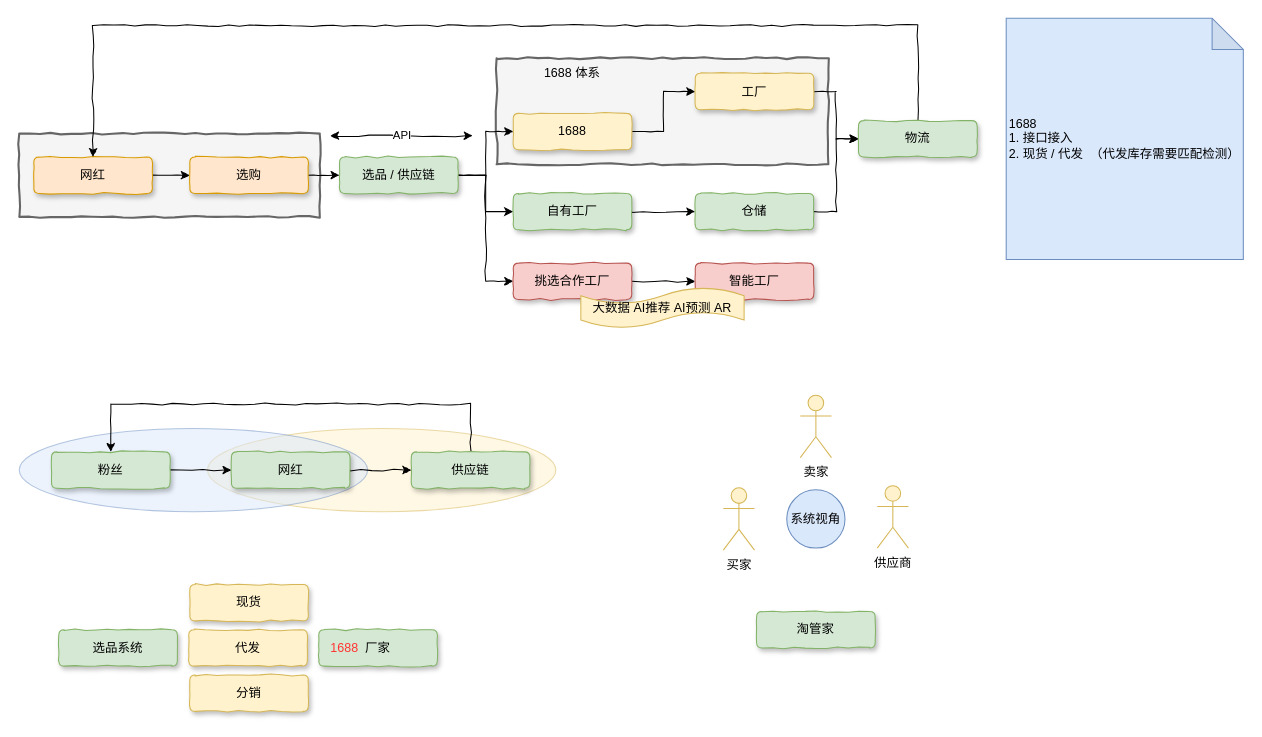
chenyz/EGOTableViewPullRefresh keeps this draw.io diagram as 洋葱结构梳理.drawio. Above is the earlier version. Source tidied: cells renumbered, new cells numbered last; positions are measured from the earlier drawing's top-left corner, leaving out a move shared by most shapes. Both pictures are drawn from the tidied source at 104%, with x=0, y=0 at pixel (19, 18).
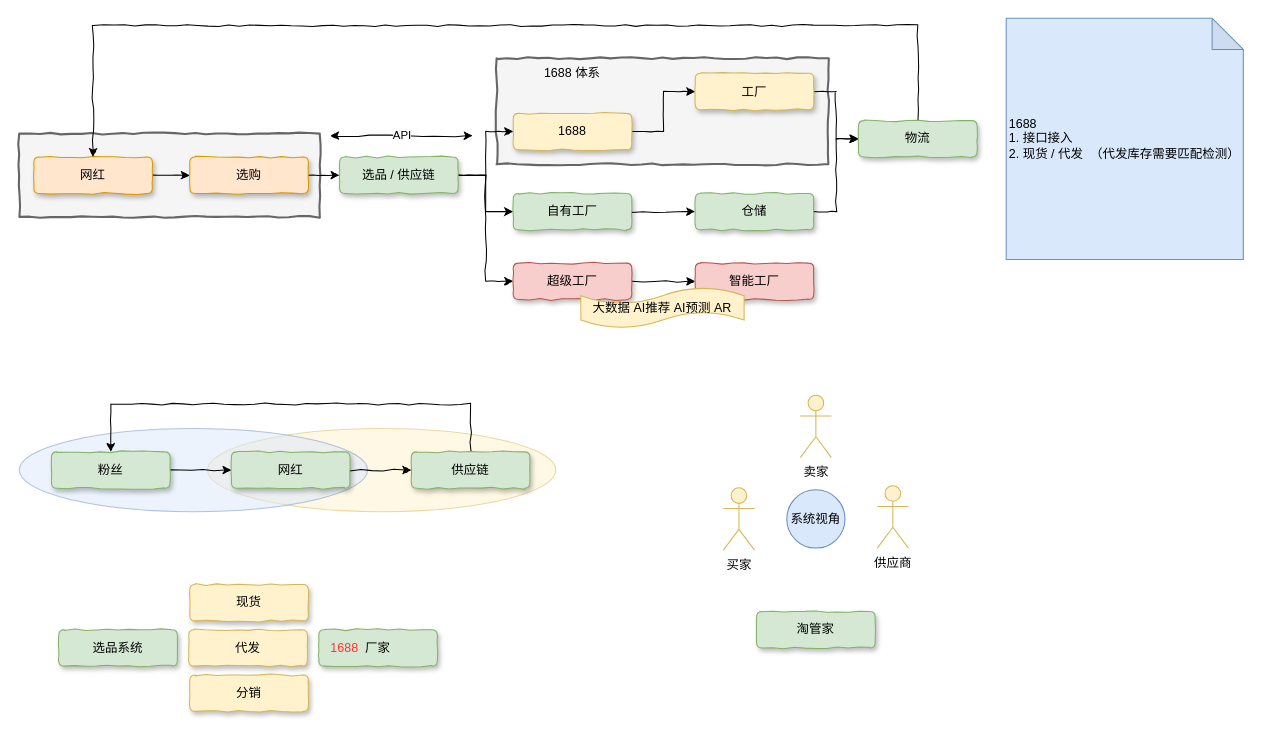
The same page after the edit.

Commit message:
更新洋葱结构梳理.drawio

The edit, as a diff of the source:
```diff
@@
-    <mxCell id="25" value="挑选合作工厂" style="rounded=1;whiteSpace=wrap;html=1;shadow=1;comic=1;fillColor=#f8cecc;strokeColor=#b85450;" parent="1" vertex="1">
+    <mxCell id="25" value="超级工厂" style="rounded=1;whiteSpace=wrap;html=1;shadow=1;comic=1;fillColor=#f8cecc;strokeColor=#b85450;" parent="1" vertex="1">
       <mxGeometry x="475" y="235.5" width="114" height="35" as="geometry" />
     </mxCell>
```
